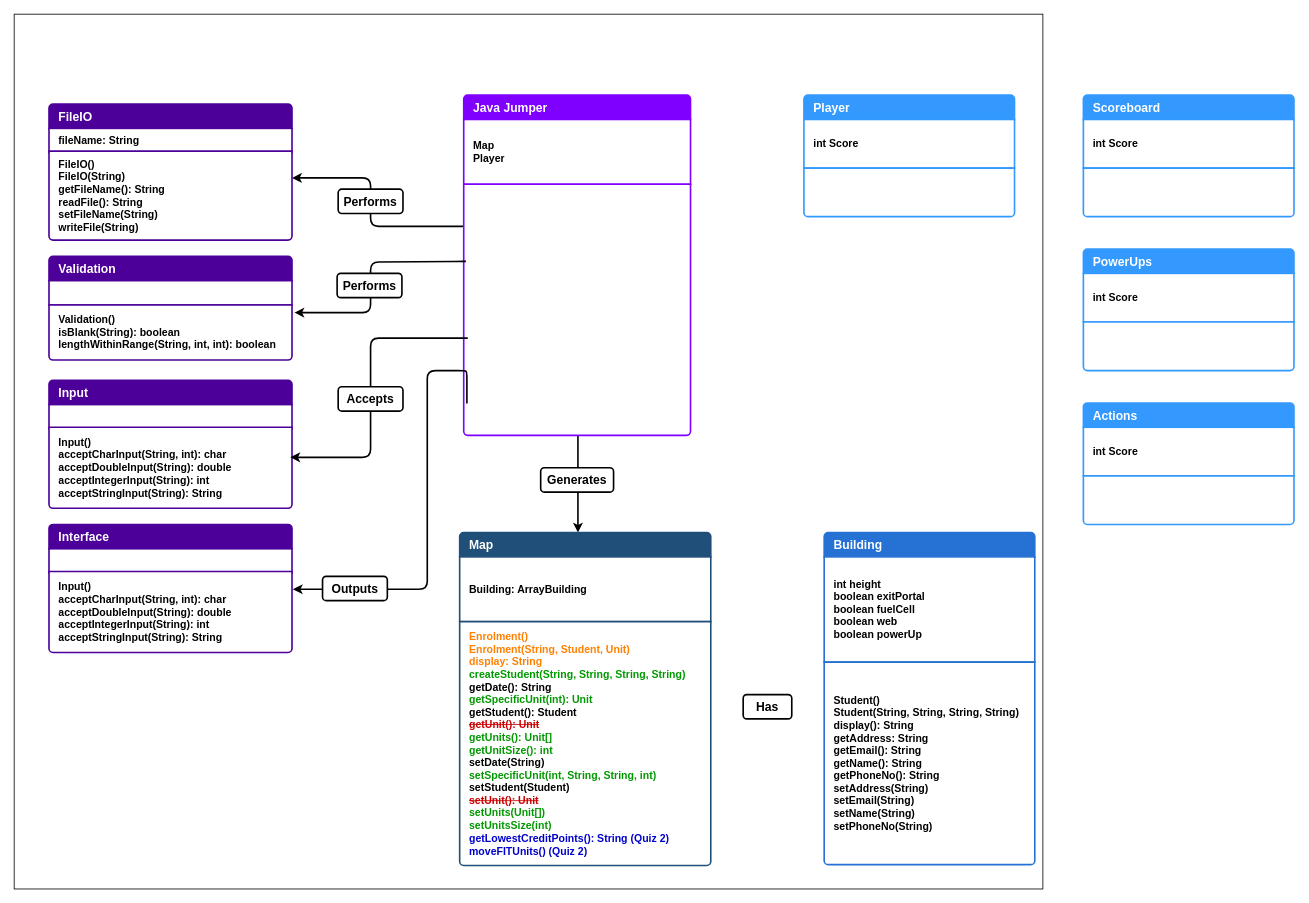
ByteToBits/CompScience keeps this draw.io diagram as Java Programming/Assignment Java Jumper/doc/ClassDiagram.drawio. Above is the earlier version. Source tidied: cells renumbered, new cells numbered last; positions are measured from the earlier drawing's top-left corner, leaving out a move shared by most shapes. Both pictures are drawn from the tidied source at 81%, with x=0, y=0 at pixel (14, 14).
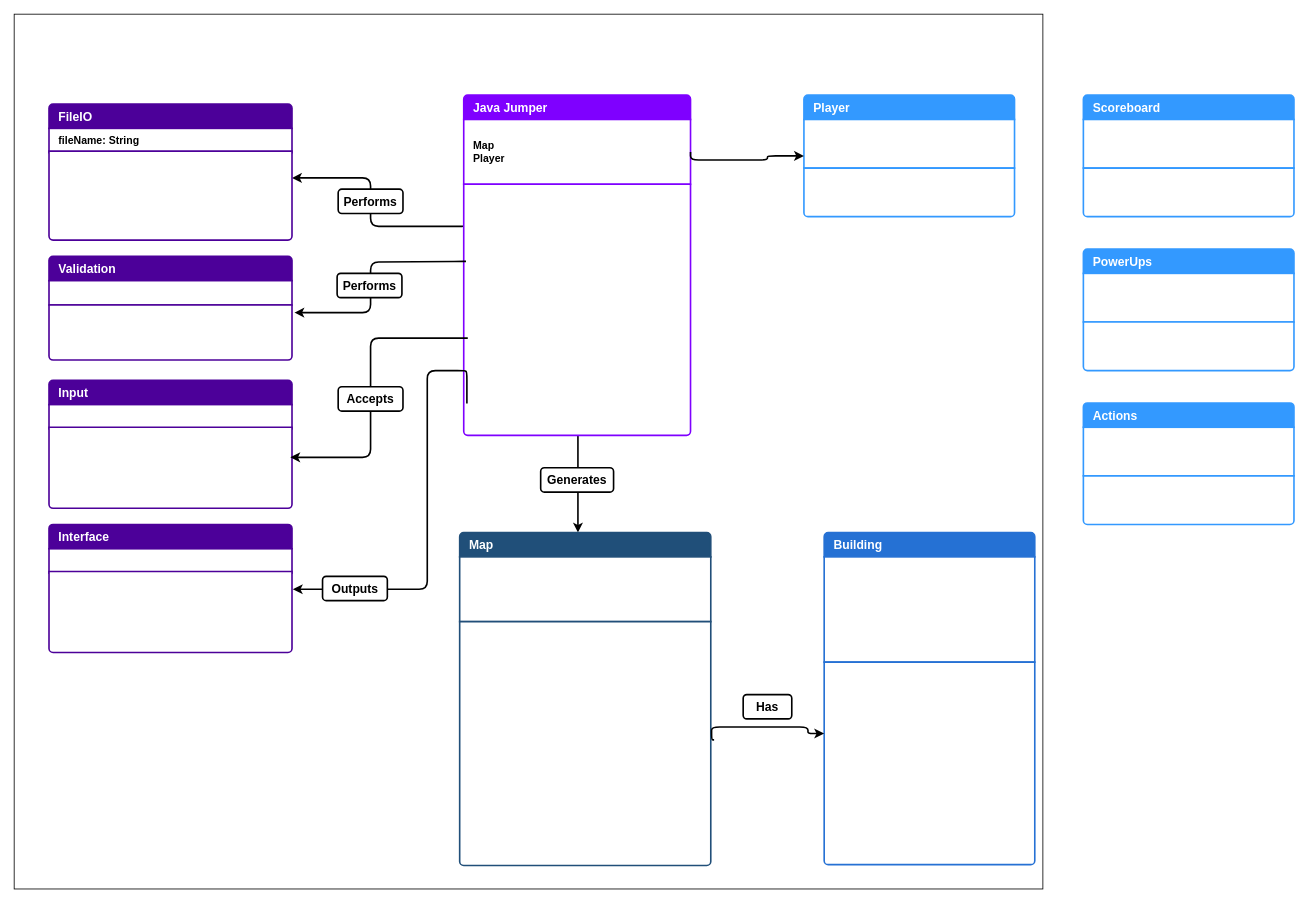
After the change.

The change refers to these unchanged cells:
```xml
<mxCell id="6" value="Map&lt;div&gt;Player&lt;/div&gt;" style="text;strokeColor=#7F00FF;fillColor=#FFFFFF;align=left;verticalAlign=middle;spacingLeft=10;spacingRight=10;overflow=hidden;points=[[0,0.5],[1,0.5]];portConstraint=eastwest;whiteSpace=wrap;html=1;rSize=5;fontColor=#000000;strokeWidth=2;labelPadding=0;labelBorderColor=none;fontSize=13;fontStyle=1;shadow=0;perimeterSpacing=0;swimlaneLine=0;" parent="1" vertex="1">
  <mxGeometry x="555" y="130" width="280" height="80" as="geometry" />
</mxCell>
<mxCell id="18" style="swimlane;fontStyle=1;horizontal=1;startSize=0;whiteSpace=wrap;html=1;strokeColor=none;fillColor=none;strokeWidth=2;labelPadding=0;labelBorderColor=none;fontSize=13;shadow=0;perimeterSpacing=0;swimlaneLine=0;" parent="1" vertex="1">
  <mxGeometry x="550" y="640" width="310" height="110" as="geometry" />
</mxCell>
<mxCell id="21" style="swimlane;fontStyle=1;horizontal=1;startSize=0;whiteSpace=wrap;html=1;strokeColor=none;fillColor=none;strokeWidth=2;labelPadding=0;labelBorderColor=none;fontSize=13;shadow=0;perimeterSpacing=0;swimlaneLine=0;" parent="1" vertex="1">
  <mxGeometry x="1000" y="640" width="260" height="410" as="geometry" />
</mxCell>
<mxCell id="25" style="swimlane;fontStyle=1;horizontal=1;startSize=0;whiteSpace=wrap;html=1;strokeColor=none;fillColor=none;strokeWidth=2;labelPadding=0;labelBorderColor=none;fontSize=13;shadow=0;perimeterSpacing=0;swimlaneLine=0;" parent="1" vertex="1">
  <mxGeometry x="975" y="100" width="260" height="150" as="geometry" />
</mxCell>
<mxCell id="35" style="swimlane;fontStyle=1;horizontal=1;startSize=0;whiteSpace=wrap;html=1;strokeColor=none;fillColor=none;strokeWidth=2;labelPadding=0;labelBorderColor=none;fontSize=13;shadow=0;perimeterSpacing=0;swimlaneLine=0;" parent="1" vertex="1">
  <mxGeometry x="1320" y="100" width="260" height="150" as="geometry" />
</mxCell>
<mxCell id="39" style="swimlane;fontStyle=1;horizontal=1;startSize=0;whiteSpace=wrap;html=1;strokeColor=none;fillColor=none;strokeWidth=2;labelPadding=0;labelBorderColor=none;fontSize=13;shadow=0;perimeterSpacing=0;swimlaneLine=0;" parent="1" vertex="1">
  <mxGeometry x="1320" y="290" width="260" height="150" as="geometry" />
</mxCell>
<mxCell id="43" style="swimlane;fontStyle=1;horizontal=1;startSize=0;whiteSpace=wrap;html=1;strokeColor=none;fillColor=none;strokeWidth=2;labelPadding=0;labelBorderColor=none;fontSize=13;shadow=0;perimeterSpacing=0;swimlaneLine=0;" parent="1" vertex="1">
  <mxGeometry x="1320" y="480" width="260" height="150" as="geometry" />
</mxCell>
```

Diff of the diagram source:
```diff
@@
-    <mxCell id="10" value="Validation()&lt;div&gt;isBlank(String): boolean&lt;/div&gt;&lt;div&gt;lengthWithinRange(String, int, int): boolean&lt;/div&gt;" style="text;strokeColor=#4C0099;fillColor=#FFFFFF;align=left;verticalAlign=middle;spacingLeft=10;spacingRight=10;overflow=hidden;points=[[0,0.5],[1,0.5]];portConstraint=eastwest;whiteSpace=wrap;html=1;shape=mxgraph.bootstrap.bottomButton;rSize=5;fontColor=#000000;strokeWidth=2;labelPadding=0;labelBorderColor=none;fontSize=13;fontStyle=1;shadow=0;perimeterSpacing=0;swimlaneLine=0;" parent="1" vertex="1">
+    <mxCell id="10" style="text;strokeColor=#4C0099;fillColor=#FFFFFF;align=left;verticalAlign=middle;spacingLeft=10;spacingRight=10;overflow=hidden;points=[[0,0.5],[1,0.5]];portConstraint=eastwest;whiteSpace=wrap;html=1;shape=mxgraph.bootstrap.bottomButton;rSize=5;fontColor=#000000;strokeWidth=2;labelPadding=0;labelBorderColor=none;fontSize=13;fontStyle=1;shadow=0;perimeterSpacing=0;swimlaneLine=0;" parent="1" vertex="1">
       <mxGeometry x="43" y="359" width="300" height="68" as="geometry" />
     </mxCell>
@@
-    <mxCell id="13" value="Input()&lt;div&gt;acceptCharInput(String, int): char&lt;/div&gt;&lt;div&gt;acceptDoubleInput(String): double&lt;/div&gt;&lt;div&gt;acceptIntegerInput(String): int&lt;/div&gt;&lt;div&gt;acceptStringInput(String): String&lt;/div&gt;" style="text;strokeColor=#4C0099;fillColor=#FFFFFF;align=left;verticalAlign=middle;spacingLeft=10;spacingRight=10;overflow=hidden;points=[[0,0.5],[1,0.5]];portConstraint=eastwest;whiteSpace=wrap;html=1;shape=mxgraph.bootstrap.bottomButton;rSize=5;fontColor=#000000;strokeWidth=2;labelPadding=0;labelBorderColor=none;fontSize=13;fontStyle=1;shadow=0;perimeterSpacing=0;swimlaneLine=0;" parent="1" vertex="1">
+    <mxCell id="13" style="text;strokeColor=#4C0099;fillColor=#FFFFFF;align=left;verticalAlign=middle;spacingLeft=10;spacingRight=10;overflow=hidden;points=[[0,0.5],[1,0.5]];portConstraint=eastwest;whiteSpace=wrap;html=1;shape=mxgraph.bootstrap.bottomButton;rSize=5;fontColor=#000000;strokeWidth=2;labelPadding=0;labelBorderColor=none;fontSize=13;fontStyle=1;shadow=0;perimeterSpacing=0;swimlaneLine=0;" parent="1" vertex="1">
       <mxGeometry x="43" y="510" width="300" height="100" as="geometry" />
     </mxCell>
@@
-    <mxCell id="20" value="Building: ArrayBuilding" style="text;strokeColor=#214f79;fillColor=#FFFFFF;align=left;verticalAlign=middle;spacingLeft=10;spacingRight=10;overflow=hidden;whiteSpace=wrap;html=1;rSize=5;fontColor=#000000;strokeWidth=2;labelPadding=0;labelBorderColor=none;fontSize=13;fontStyle=1;shadow=0;perimeterSpacing=0;swimlaneLine=0;" parent="18" vertex="1">
+    <mxCell id="20" style="text;strokeColor=#214f79;fillColor=#FFFFFF;align=left;verticalAlign=middle;spacingLeft=10;spacingRight=10;overflow=hidden;whiteSpace=wrap;html=1;rSize=5;fontColor=#000000;strokeWidth=2;labelPadding=0;labelBorderColor=none;fontSize=13;fontStyle=1;shadow=0;perimeterSpacing=0;swimlaneLine=0;" parent="18" vertex="1">
       <mxGeometry y="30" width="310" height="80" as="geometry" />
     </mxCell>
@@
-    <mxCell id="23" value="int height&lt;div&gt;boolean exitPortal&lt;/div&gt;&lt;div&gt;boolean fuelCell&lt;/div&gt;&lt;div&gt;boolean web&lt;/div&gt;&lt;div&gt;boolean powerUp&lt;/div&gt;" style="text;strokeColor=#2671d4;fillColor=#FFFFFF;align=left;verticalAlign=middle;spacingLeft=10;spacingRight=10;overflow=hidden;whiteSpace=wrap;html=1;rSize=5;fontColor=#000000;strokeWidth=2;labelPadding=0;labelBorderColor=none;fontSize=13;fontStyle=1;shadow=0;perimeterSpacing=0;swimlaneLine=0;" parent="21" vertex="1">
+    <mxCell id="23" style="text;strokeColor=#2671d4;fillColor=#FFFFFF;align=left;verticalAlign=middle;spacingLeft=10;spacingRight=10;overflow=hidden;whiteSpace=wrap;html=1;rSize=5;fontColor=#000000;strokeWidth=2;labelPadding=0;labelBorderColor=none;fontSize=13;fontStyle=1;shadow=0;perimeterSpacing=0;swimlaneLine=0;" parent="21" vertex="1">
       <mxGeometry y="30" width="260" height="130" as="geometry" />
     </mxCell>
-    <mxCell id="24" value="Student()&lt;div&gt;Student(String, String, String, String)&lt;/div&gt;&lt;div&gt;display(): String&lt;/div&gt;&lt;div&gt;getAddress: String&lt;/div&gt;&lt;div&gt;getEmail(): String&lt;/div&gt;&lt;div&gt;getName(): String&lt;/div&gt;&lt;div&gt;getPhoneNo(): String&lt;/div&gt;&lt;div&gt;setAddress(String)&lt;/div&gt;&lt;div&gt;setEmail(String)&lt;/div&gt;&lt;div&gt;setName(String)&lt;/div&gt;&lt;div&gt;setPhoneNo(String)&lt;/div&gt;" style="text;strokeColor=#2671d4;fillColor=#FFFFFF;align=left;verticalAlign=middle;spacingLeft=10;spacingRight=10;overflow=hidden;whiteSpace=wrap;html=1;shape=mxgraph.bootstrap.bottomButton;rSize=5;fontColor=#000000;strokeWidth=2;labelPadding=0;labelBorderColor=none;fontSize=13;fontStyle=1;shadow=0;perimeterSpacing=0;swimlaneLine=0;" parent="21" vertex="1">
+    <mxCell id="24" style="text;strokeColor=#2671d4;fillColor=#FFFFFF;align=left;verticalAlign=middle;spacingLeft=10;spacingRight=10;overflow=hidden;whiteSpace=wrap;html=1;shape=mxgraph.bootstrap.bottomButton;rSize=5;fontColor=#000000;strokeWidth=2;labelPadding=0;labelBorderColor=none;fontSize=13;fontStyle=1;shadow=0;perimeterSpacing=0;swimlaneLine=0;" parent="21" vertex="1">
       <mxGeometry y="160" width="260" height="250" as="geometry" />
     </mxCell>
@@
-    <mxCell id="27" value="int Score" style="text;strokeColor=#3399ff;fillColor=#FFFFFF;align=left;verticalAlign=middle;spacingLeft=10;spacingRight=10;overflow=hidden;whiteSpace=wrap;html=1;rSize=5;fontColor=#000000;strokeWidth=2;labelPadding=0;labelBorderColor=none;fontSize=13;fontStyle=1;shadow=0;perimeterSpacing=0;swimlaneLine=0;" parent="25" vertex="1">
+    <mxCell id="27" style="text;strokeColor=#3399ff;fillColor=#FFFFFF;align=left;verticalAlign=middle;spacingLeft=10;spacingRight=10;overflow=hidden;whiteSpace=wrap;html=1;rSize=5;fontColor=#000000;strokeWidth=2;labelPadding=0;labelBorderColor=none;fontSize=13;fontStyle=1;shadow=0;perimeterSpacing=0;swimlaneLine=0;" parent="25" vertex="1">
       <mxGeometry y="30" width="260" height="60" as="geometry" />
     </mxCell>
@@
-    <mxCell id="30" value="&lt;font color=&quot;#ff8000&quot;&gt;Enrolment()&lt;/font&gt;&lt;div style=&quot;font-size: 13px;&quot;&gt;&lt;font color=&quot;#ff8000&quot;&gt;Enrolment(String, Student, Unit)&lt;/font&gt;&lt;/div&gt;&lt;div style=&quot;font-size: 13px;&quot;&gt;&lt;font color=&quot;#ff8000&quot;&gt;display: String&lt;/font&gt;&lt;/div&gt;&lt;div style=&quot;font-size: 13px;&quot;&gt;&lt;font color=&quot;#009900&quot;&gt;createStudent(String, String, String, String)&lt;/font&gt;&lt;/div&gt;&lt;div style=&quot;font-size: 13px;&quot;&gt;getDate(): String&lt;/div&gt;&lt;div style=&quot;font-size: 13px;&quot;&gt;&lt;div&gt;&lt;font color=&quot;#009900&quot;&gt;getSpecificUnit(int): Unit&lt;/font&gt;&lt;/div&gt;&lt;/div&gt;&lt;div style=&quot;font-size: 13px;&quot;&gt;getStudent(): Student&lt;/div&gt;&lt;div style=&quot;font-size: 13px;&quot;&gt;&lt;strike style=&quot;color: rgb(204, 0, 0);&quot;&gt;getUnit(): Unit&lt;/strike&gt;&lt;br&gt;&lt;/div&gt;&lt;div style=&quot;font-size: 13px;&quot;&gt;&lt;div&gt;&lt;font color=&quot;#009900&quot;&gt;getUnits(): Unit[]&lt;/font&gt;&lt;/div&gt;&lt;div&gt;&lt;font color=&quot;#009900&quot;&gt;getUnitSize(): int&lt;/font&gt;&lt;/div&gt;&lt;/div&gt;&lt;div style=&quot;font-size: 13px;&quot;&gt;setDate(String)&lt;/div&gt;&lt;div style=&quot;font-size: 13px;&quot;&gt;&lt;div&gt;&lt;font color=&quot;#009900&quot;&gt;setSpecificUnit(int, String, String, int)&lt;/font&gt;&lt;/div&gt;&lt;/div&gt;&lt;div style=&quot;font-size: 13px;&quot;&gt;setStudent(Student)&lt;/div&gt;&lt;div style=&quot;font-size: 13px;&quot;&gt;&lt;strike style=&quot;color: rgb(204, 0, 0);&quot;&gt;setUnit(): Unit&lt;/strike&gt;&lt;br&gt;&lt;/div&gt;&lt;div style=&quot;font-size: 13px;&quot;&gt;&lt;span style=&quot;color: rgb(0, 153, 0);&quot;&gt;setUnits(Unit[])&lt;/span&gt;&lt;strike style=&quot;color: rgb(204, 0, 0);&quot;&gt;&lt;br&gt;&lt;/strike&gt;&lt;/div&gt;&lt;div style=&quot;font-size: 13px;&quot;&gt;&lt;span style=&quot;color: rgb(0, 153, 0);&quot;&gt;setUnitsSize(int)&lt;/span&gt;&lt;/div&gt;&lt;div style=&quot;font-size: 13px;&quot;&gt;&lt;div&gt;&lt;font color=&quot;#0000cc&quot;&gt;getLowestCreditPoints(): String (Quiz 2)&lt;/font&gt;&lt;/div&gt;&lt;div&gt;&lt;font color=&quot;#0000cc&quot;&gt;&lt;span class=&quot;hljs-title function_&quot;&gt;moveFITUnits&lt;/span&gt;&lt;span class=&quot;hljs-params&quot;&gt;() (Quiz 2)&lt;/span&gt;&lt;/font&gt;&lt;/div&gt;&lt;/div&gt;" style="text;strokeColor=#214f79;fillColor=#FFFFFF;align=left;verticalAlign=middle;spacingLeft=10;spacingRight=10;overflow=hidden;whiteSpace=wrap;html=1;shape=mxgraph.bootstrap.bottomButton;rSize=5;fontColor=#000000;strokeWidth=2;labelPadding=0;labelBorderColor=none;fontSize=13;fontStyle=1;shadow=0;perimeterSpacing=0;swimlaneLine=0;" parent="1" vertex="1">
+    <mxCell id="30" style="text;strokeColor=#214f79;fillColor=#FFFFFF;align=left;verticalAlign=middle;spacingLeft=10;spacingRight=10;overflow=hidden;whiteSpace=wrap;html=1;shape=mxgraph.bootstrap.bottomButton;rSize=5;fontColor=#000000;strokeWidth=2;labelPadding=0;labelBorderColor=none;fontSize=13;fontStyle=1;shadow=0;perimeterSpacing=0;swimlaneLine=0;" parent="1" vertex="1">
       <mxGeometry x="550" y="750" width="310" height="301" as="geometry" />
     </mxCell>
@@
-    <mxCell id="33" value="FileIO()&lt;div&gt;FileIO(String)&lt;/div&gt;&lt;div&gt;getFileName(): String&lt;/div&gt;&lt;div&gt;readFile(): String&lt;/div&gt;&lt;div&gt;setFileName(String)&lt;/div&gt;&lt;div&gt;writeFile(String)&lt;/div&gt;" style="text;strokeColor=#4C0099;fillColor=#FFFFFF;align=left;verticalAlign=middle;spacingLeft=10;spacingRight=10;overflow=hidden;whiteSpace=wrap;html=1;shape=mxgraph.bootstrap.bottomButton;rSize=5;fontColor=#000000;strokeWidth=2;labelPadding=0;labelBorderColor=none;fontSize=13;fontStyle=1;shadow=0;perimeterSpacing=0;swimlaneLine=0;" parent="1" vertex="1">
+    <mxCell id="33" style="text;strokeColor=#4C0099;fillColor=#FFFFFF;align=left;verticalAlign=middle;spacingLeft=10;spacingRight=10;overflow=hidden;whiteSpace=wrap;html=1;shape=mxgraph.bootstrap.bottomButton;rSize=5;fontColor=#000000;strokeWidth=2;labelPadding=0;labelBorderColor=none;fontSize=13;fontStyle=1;shadow=0;perimeterSpacing=0;swimlaneLine=0;" parent="1" vertex="1">
       <mxGeometry x="43" y="169" width="300" height="110" as="geometry" />
     </mxCell>
@@
-    <mxCell id="37" value="int Score" style="text;strokeColor=#3399ff;fillColor=#FFFFFF;align=left;verticalAlign=middle;spacingLeft=10;spacingRight=10;overflow=hidden;whiteSpace=wrap;html=1;rSize=5;fontColor=#000000;strokeWidth=2;labelPadding=0;labelBorderColor=none;fontSize=13;fontStyle=1;shadow=0;perimeterSpacing=0;swimlaneLine=0;" parent="35" vertex="1">
+    <mxCell id="37" style="text;strokeColor=#3399ff;fillColor=#FFFFFF;align=left;verticalAlign=middle;spacingLeft=10;spacingRight=10;overflow=hidden;whiteSpace=wrap;html=1;rSize=5;fontColor=#000000;strokeWidth=2;labelPadding=0;labelBorderColor=none;fontSize=13;fontStyle=1;shadow=0;perimeterSpacing=0;swimlaneLine=0;" parent="35" vertex="1">
       <mxGeometry y="30" width="260" height="60" as="geometry" />
     </mxCell>
@@
-    <mxCell id="41" value="int Score" style="text;strokeColor=#3399ff;fillColor=#FFFFFF;align=left;verticalAlign=middle;spacingLeft=10;spacingRight=10;overflow=hidden;whiteSpace=wrap;html=1;rSize=5;fontColor=#000000;strokeWidth=2;labelPadding=0;labelBorderColor=none;fontSize=13;fontStyle=1;shadow=0;perimeterSpacing=0;swimlaneLine=0;" parent="39" vertex="1">
+    <mxCell id="41" style="text;strokeColor=#3399ff;fillColor=#FFFFFF;align=left;verticalAlign=middle;spacingLeft=10;spacingRight=10;overflow=hidden;whiteSpace=wrap;html=1;rSize=5;fontColor=#000000;strokeWidth=2;labelPadding=0;labelBorderColor=none;fontSize=13;fontStyle=1;shadow=0;perimeterSpacing=0;swimlaneLine=0;" parent="39" vertex="1">
       <mxGeometry y="30" width="260" height="60" as="geometry" />
     </mxCell>
@@
-    <mxCell id="45" value="int Score" style="text;strokeColor=#3399ff;fillColor=#FFFFFF;align=left;verticalAlign=middle;spacingLeft=10;spacingRight=10;overflow=hidden;whiteSpace=wrap;html=1;rSize=5;fontColor=#000000;strokeWidth=2;labelPadding=0;labelBorderColor=none;fontSize=13;fontStyle=1;shadow=0;perimeterSpacing=0;swimlaneLine=0;" parent="43" vertex="1">
+    <mxCell id="45" style="text;strokeColor=#3399ff;fillColor=#FFFFFF;align=left;verticalAlign=middle;spacingLeft=10;spacingRight=10;overflow=hidden;whiteSpace=wrap;html=1;rSize=5;fontColor=#000000;strokeWidth=2;labelPadding=0;labelBorderColor=none;fontSize=13;fontStyle=1;shadow=0;perimeterSpacing=0;swimlaneLine=0;" parent="43" vertex="1">
       <mxGeometry y="30" width="260" height="60" as="geometry" />
     </mxCell>
@@
-    <mxCell id="49" value="Input()&lt;div&gt;acceptCharInput(String, int): char&lt;/div&gt;&lt;div&gt;acceptDoubleInput(String): double&lt;/div&gt;&lt;div&gt;acceptIntegerInput(String): int&lt;/div&gt;&lt;div&gt;acceptStringInput(String): String&lt;/div&gt;" style="text;strokeColor=#4C0099;fillColor=#FFFFFF;align=left;verticalAlign=middle;spacingLeft=10;spacingRight=10;overflow=hidden;whiteSpace=wrap;html=1;shape=mxgraph.bootstrap.bottomButton;rSize=5;fontColor=#000000;strokeWidth=2;labelPadding=0;labelBorderColor=none;fontSize=13;fontStyle=1;shadow=0;perimeterSpacing=0;swimlaneLine=0;" parent="1" vertex="1">
+    <mxCell id="49" style="text;strokeColor=#4C0099;fillColor=#FFFFFF;align=left;verticalAlign=middle;spacingLeft=10;spacingRight=10;overflow=hidden;whiteSpace=wrap;html=1;shape=mxgraph.bootstrap.bottomButton;rSize=5;fontColor=#000000;strokeWidth=2;labelPadding=0;labelBorderColor=none;fontSize=13;fontStyle=1;shadow=0;perimeterSpacing=0;swimlaneLine=0;" parent="1" vertex="1">
       <mxGeometry x="43" y="688" width="300" height="100" as="geometry" />
     </mxCell>
@@
+    <mxCell id="53" style="edgeStyle=orthogonalEdgeStyle;rounded=1;orthogonalLoop=1;jettySize=auto;html=1;curved=0;strokeWidth=2;entryX=-0.004;entryY=0.532;entryDx=0;entryDy=0;entryPerimeter=0;exitX=1.01;exitY=0.385;exitDx=0;exitDy=0;exitPerimeter=0;" parent="1" edge="1">
+      <mxGeometry relative="1" as="geometry">
+        <mxPoint x="864.1" y="895.9" as="sourcePoint" />
+        <mxPoint x="1000" y="888.1" as="targetPoint" />
+        <Array as="points">
+          <mxPoint x="861" y="896" />
+          <mxPoint x="861" y="880" />
+          <mxPoint x="980" y="880" />
+          <mxPoint x="980" y="888" />
+        </Array>
+      </mxGeometry>
+    </mxCell>
+    <mxCell id="54" style="edgeStyle=orthogonalEdgeStyle;rounded=1;jettySize=auto;html=1;curved=0;strokeWidth=2;entryX=0;entryY=0.5;entryDx=0;entryDy=0;exitX=1;exitY=0.5;exitDx=0;exitDy=0;" parent="1" edge="1" source="6" target="25">
+      <mxGeometry relative="1" as="geometry">
+        <Array as="points">
+          <mxPoint x="835" y="180" />
+          <mxPoint x="930" y="180" />
+          <mxPoint x="930" y="175" />
+        </Array>
+      </mxGeometry>
+    </mxCell>
```
